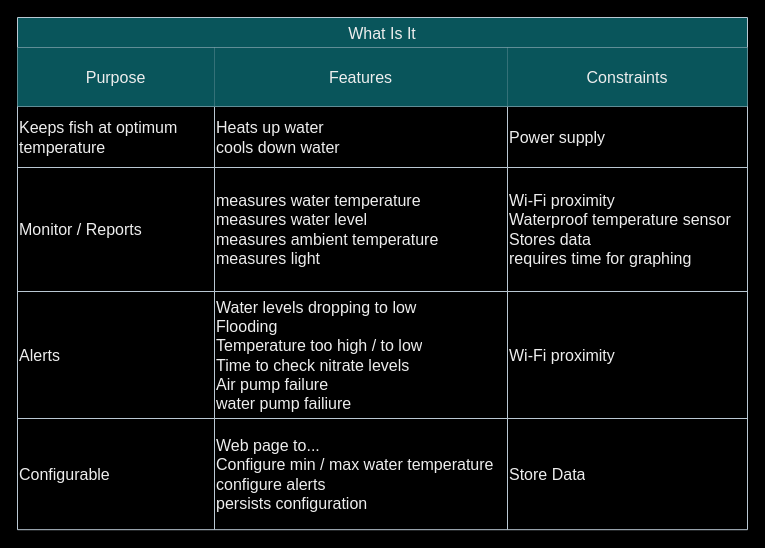
Before: page "What is it" (1 of 3) of docs/draw.io/code-structure.drawio in Mair/code-structure, a draw.io diagram. Source tidied: cells renumbered, new cells numbered last; positions are measured from the earlier drawing's top-left corner, leaving out a move shared by most shapes. Both pictures are drawn from the tidied source at 100%, with x=0, y=0 at pixel (17, 17).
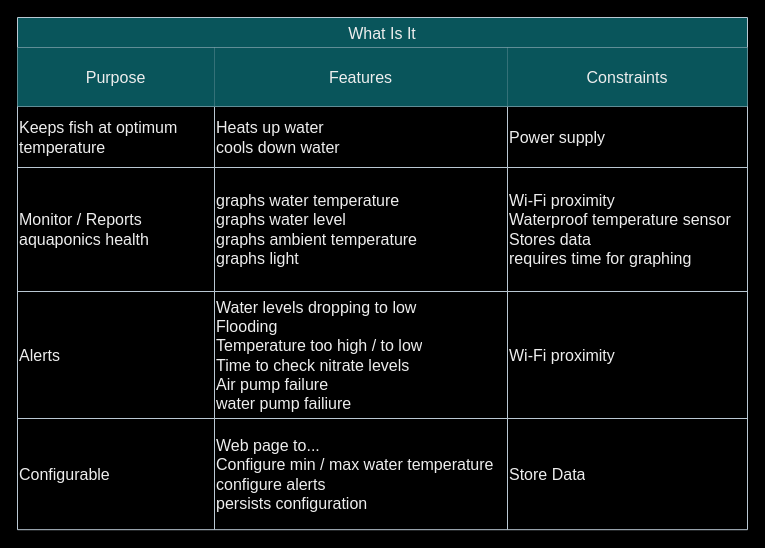
Above is the later version.

The change refers to these unchanged cells:
```xml
<mxCell id="11" style="shape=tableRow;horizontal=0;startSize=0;swimlaneHead=0;swimlaneBody=0;strokeColor=#BAC8D3;top=0;left=0;bottom=0;right=0;fillColor=none;fontSize=16;labelBackgroundColor=none;fontColor=#EEEEEE;" parent="2" vertex="1">
  <mxGeometry y="150" width="730" height="124" as="geometry" />
</mxCell>
```

What changed in the source:
```diff
@@
-    <mxCell id="12" value="Monitor / Reports" style="shape=partialRectangle;html=1;whiteSpace=wrap;strokeColor=#BAC8D3;overflow=hidden;fillColor=none;top=0;left=0;bottom=0;right=0;fontSize=16;align=left;labelBackgroundColor=none;fontColor=#EEEEEE;" parent="11" vertex="1">
+    <mxCell id="12" value="Monitor / Reports aquaponics health" style="shape=partialRectangle;html=1;whiteSpace=wrap;strokeColor=#BAC8D3;overflow=hidden;fillColor=none;top=0;left=0;bottom=0;right=0;fontSize=16;align=left;labelBackgroundColor=none;fontColor=#EEEEEE;" parent="11" vertex="1">
       <mxGeometry width="197" height="124" as="geometry" />
     </mxCell>
-    <mxCell id="13" value="&lt;span style=&quot;background-color: initial;&quot;&gt;&lt;br&gt;measures water temperature&lt;br&gt;measures water level&lt;br&gt;measures ambient temperature&amp;nbsp;&lt;br&gt;&lt;/span&gt;&lt;span style=&quot;background-color: initial;&quot;&gt;measures light&lt;br&gt;&lt;/span&gt;&lt;span style=&quot;background-color: initial;&quot;&gt;&lt;br&gt;&lt;/span&gt;" style="shape=partialRectangle;html=1;whiteSpace=wrap;strokeColor=#BAC8D3;overflow=hidden;fillColor=none;top=0;left=0;bottom=0;right=0;fontSize=16;align=left;labelBackgroundColor=none;fontColor=#EEEEEE;" parent="11" vertex="1">
+    <mxCell id="13" value="&lt;br&gt;graphs water temperature&lt;br&gt;graphs water&amp;nbsp;level&lt;br&gt;graphs &lt;span style=&quot;background-color: initial;&quot;&gt;ambient temperature&amp;nbsp;&lt;br&gt;&lt;/span&gt;graphs &lt;span style=&quot;background-color: initial;&quot;&gt;light&lt;br&gt;&lt;/span&gt;&lt;span style=&quot;background-color: initial;&quot;&gt;&lt;br&gt;&lt;/span&gt;" style="shape=partialRectangle;html=1;whiteSpace=wrap;strokeColor=#BAC8D3;overflow=hidden;fillColor=none;top=0;left=0;bottom=0;right=0;fontSize=16;align=left;labelBackgroundColor=none;fontColor=#EEEEEE;" parent="11" vertex="1">
       <mxGeometry x="197" width="293" height="124" as="geometry" />
     </mxCell>
```
